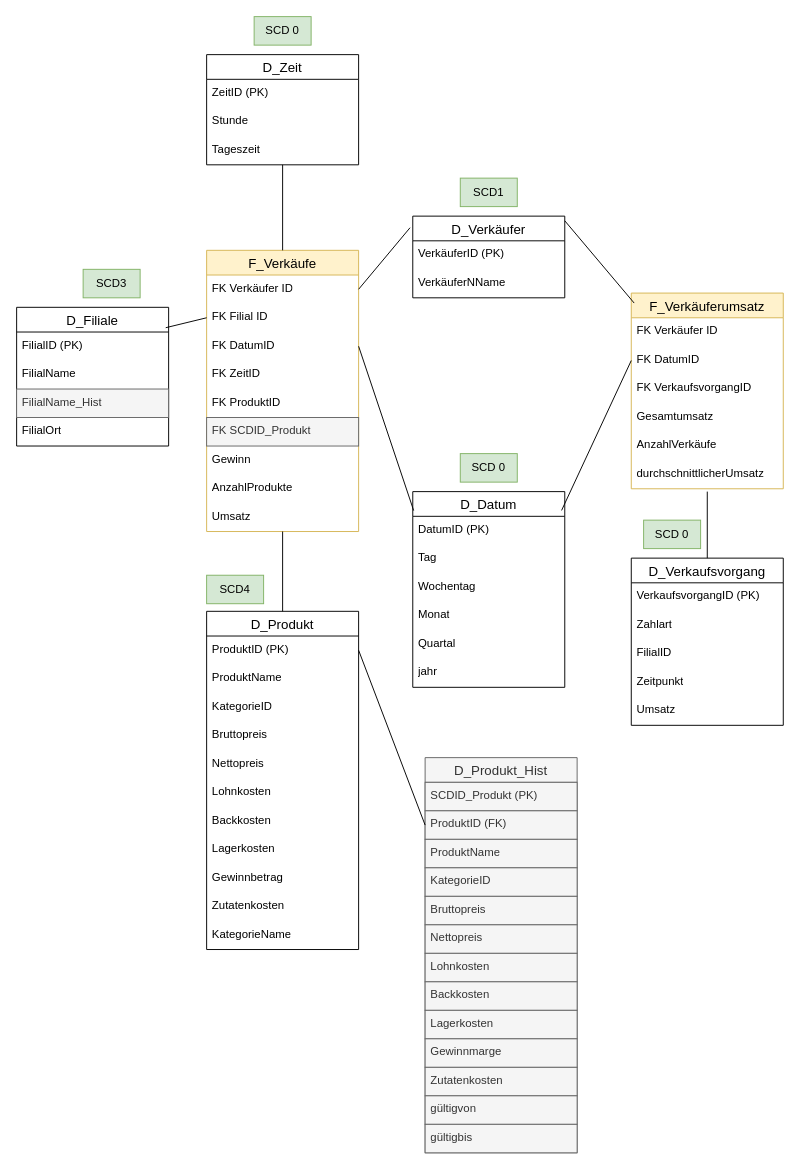
Before: Galaxyschema_BrotZeit_mitSCD.drawio in Thoerchen/BackZeit, a draw.io diagram. Source tidied: cells renumbered, new cells numbered last; positions are measured from the earlier drawing's top-left corner, leaving out a move shared by most shapes. Both pictures are drawn from the tidied source at 95%, with x=0, y=0 at pixel (16, 16).
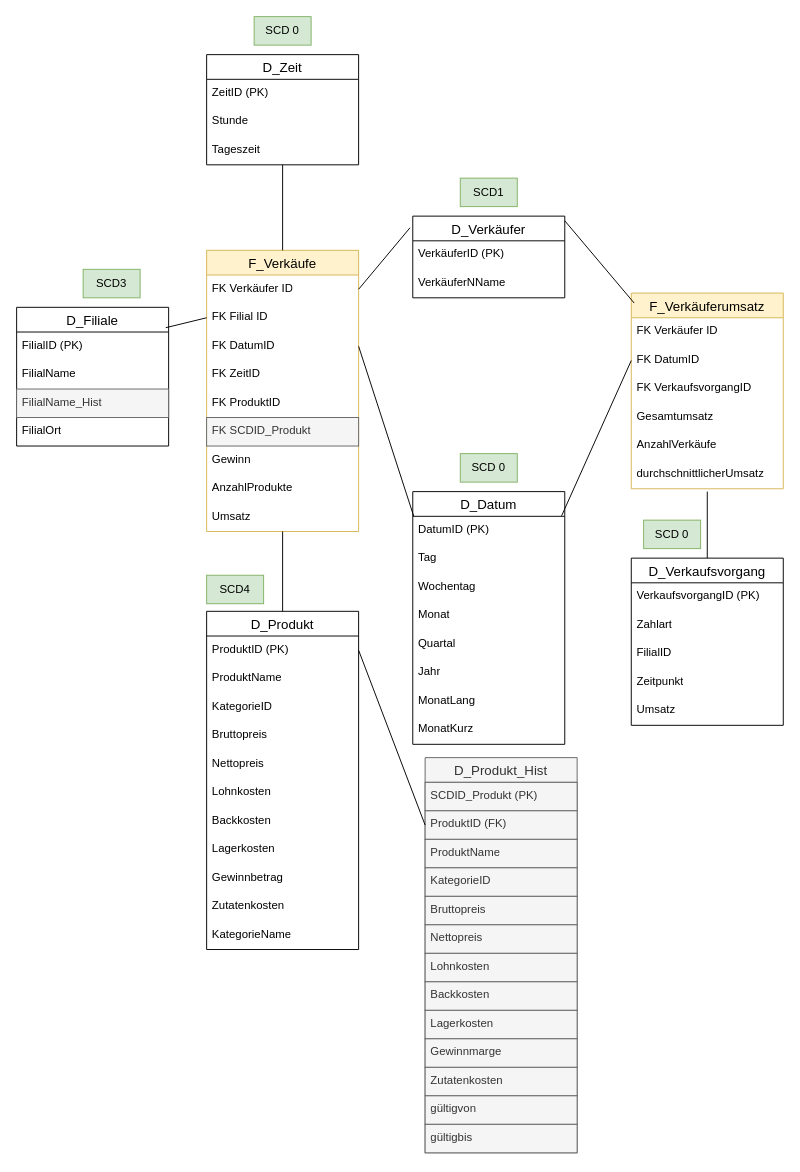
Above is the later version.

Change to the diagram source:
```diff
@@
     <mxCell id="20" value="D_Datum" style="swimlane;fontStyle=0;horizontal=1;startSize=26;align=center;fontSize=14;" parent="1" vertex="1">
-      <mxGeometry x="417" y="500" width="160" height="206" as="geometry" />
+      <mxGeometry x="417" y="500" width="160" height="266" as="geometry" />
     </mxCell>
@@
-    <mxCell id="26" value="jahr" style="text;strokeColor=none;fillColor=none;spacingLeft=4;spacingRight=4;overflow=hidden;fontSize=12;whiteSpace=wrap;html=1;" parent="20" vertex="1">
+    <mxCell id="26" value="Jahr" style="text;strokeColor=none;fillColor=none;spacingLeft=4;spacingRight=4;overflow=hidden;fontSize=12;whiteSpace=wrap;html=1;" parent="20" vertex="1">
       <mxGeometry y="176" width="160" height="30" as="geometry" />
     </mxCell>
+    <mxCell id="85" value="MonatLang" style="text;strokeColor=none;fillColor=none;spacingLeft=4;spacingRight=4;overflow=hidden;fontSize=12;whiteSpace=wrap;html=1;" parent="20" vertex="1">
+      <mxGeometry y="206" width="160" height="30" as="geometry" />
+    </mxCell>
+    <mxCell id="86" value="MonatKurz" style="text;strokeColor=none;fillColor=none;spacingLeft=4;spacingRight=4;overflow=hidden;fontSize=12;whiteSpace=wrap;html=1;" parent="20" vertex="1">
+      <mxGeometry y="236" width="160" height="30" as="geometry" />
+    </mxCell>
```
